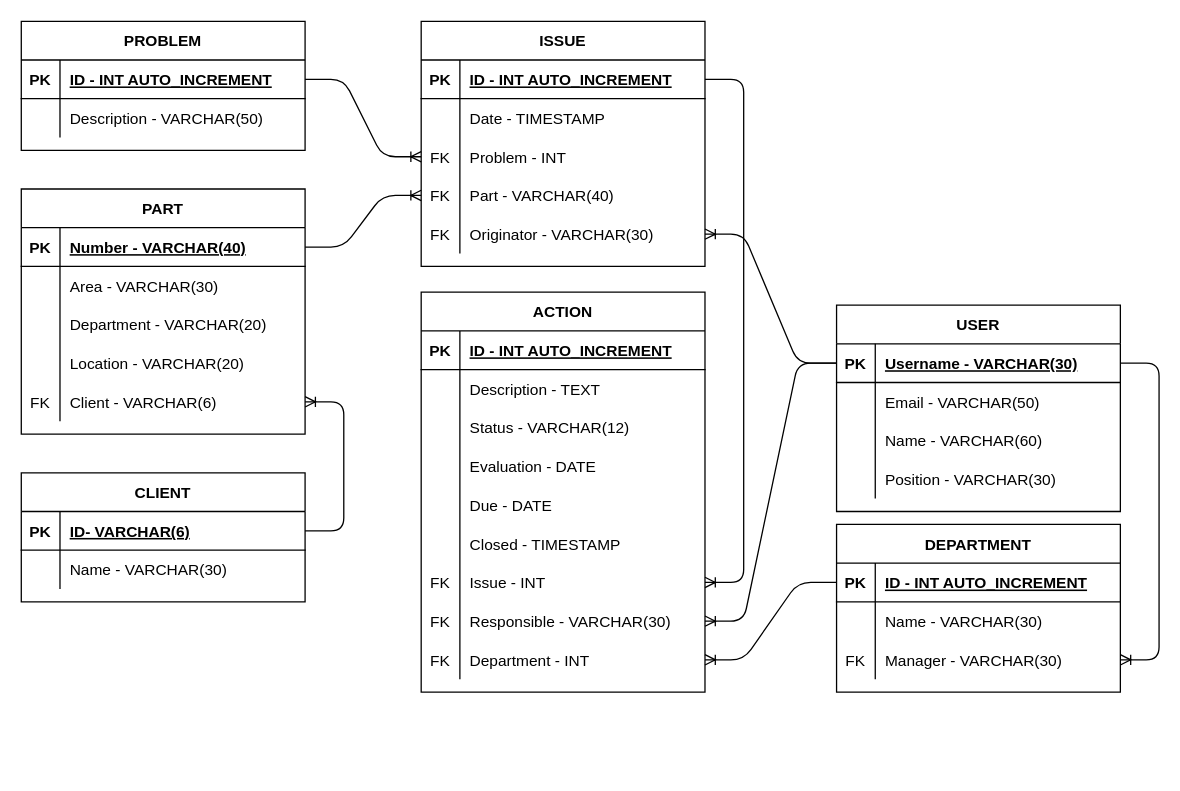
Before: api/db/model/TableDiagram.drawio in FFahrenheit/ScrapActionListAPI, a draw.io diagram. Source tidied: cells renumbered, new cells numbered last; positions are measured from the earlier drawing's top-left corner, leaving out a move shared by most shapes. Both pictures are drawn from the tidied source at 129%, with x=0, y=0 at pixel (21, 21).
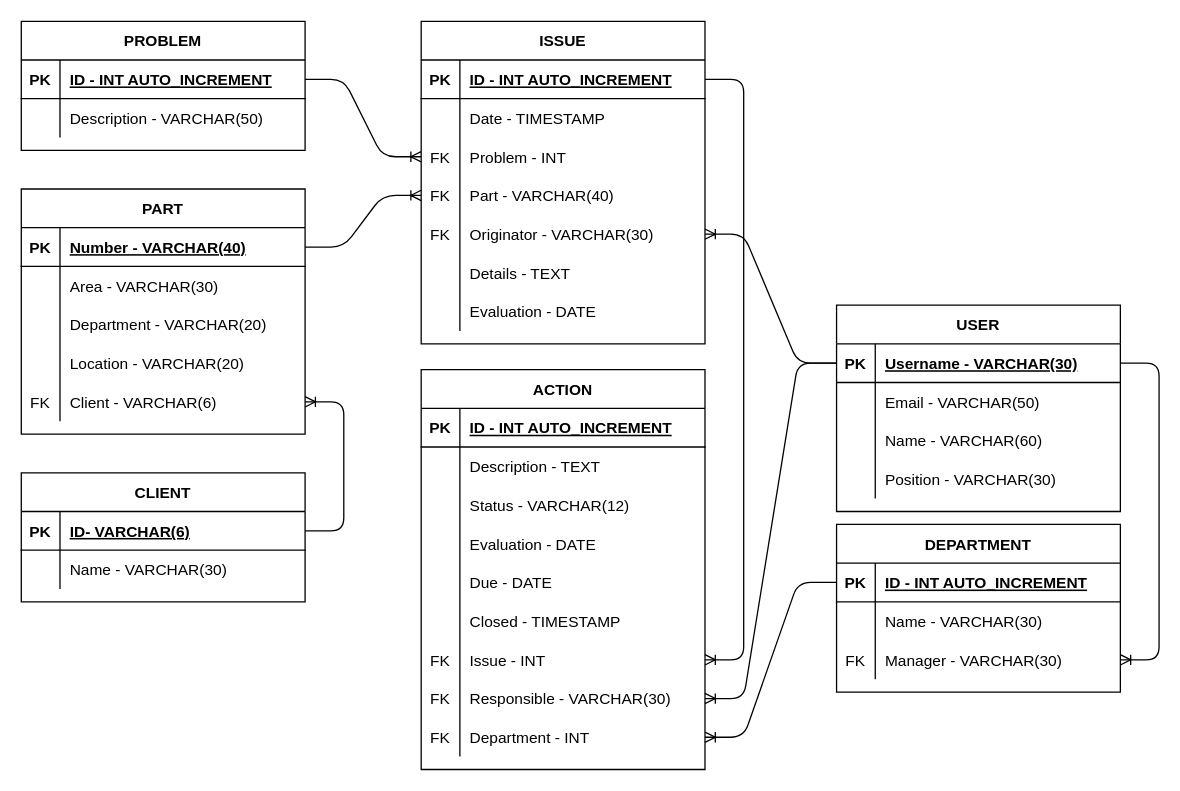
After the change.

Diff of the diagram source:
```diff
@@
     <mxCell id="32" value="ISSUE" style="shape=table;startSize=30;childLayout=tableLayout;rowLines=0;fontStyle=1;align=center;" parent="1" vertex="1">
-      <mxGeometry x="310" width="220" height="190" as="geometry" />
+      <mxGeometry x="310" width="220" height="250" as="geometry" />
     </mxCell>
@@
+    <mxCell id="107" style="shape=partialRectangle;fillColor=none;top=0;left=0;bottom=0;right=0;" parent="32" vertex="1">
+      <mxGeometry y="180" width="220" height="30" as="geometry" />
+    </mxCell>
+    <mxCell id="108" style="shape=partialRectangle;fillColor=none;top=0;left=0;bottom=0;right=0;overflow=hidden;" parent="107" vertex="1">
+      <mxGeometry width="30" height="30" as="geometry" />
+    </mxCell>
+    <mxCell id="109" value="Details - TEXT" style="shape=partialRectangle;fillColor=none;top=0;left=0;bottom=0;right=0;align=left;spacingLeft=6;overflow=hidden;" parent="107" vertex="1">
+      <mxGeometry x="30" width="190" height="30" as="geometry" />
+    </mxCell>
+    <mxCell id="110" style="shape=partialRectangle;fillColor=none;top=0;left=0;bottom=0;right=0;" parent="32" vertex="1">
+      <mxGeometry y="210" width="220" height="30" as="geometry" />
+    </mxCell>
+    <mxCell id="111" style="shape=partialRectangle;fillColor=none;top=0;left=0;bottom=0;right=0;overflow=hidden;" parent="110" vertex="1">
+      <mxGeometry width="30" height="30" as="geometry" />
+    </mxCell>
+    <mxCell id="112" value="Evaluation - DATE" style="shape=partialRectangle;fillColor=none;top=0;left=0;bottom=0;right=0;align=left;spacingLeft=6;overflow=hidden;" parent="110" vertex="1">
+      <mxGeometry x="30" width="190" height="30" as="geometry" />
+    </mxCell>
@@
     <mxCell id="61" value="ACTION" style="shape=table;startSize=30;childLayout=tableLayout;rowLines=0;fontStyle=1;align=center;" parent="1" vertex="1">
-      <mxGeometry x="310" y="210" width="220" height="310" as="geometry" />
+      <mxGeometry x="310" y="270" width="220" height="310" as="geometry" />
     </mxCell>
```
